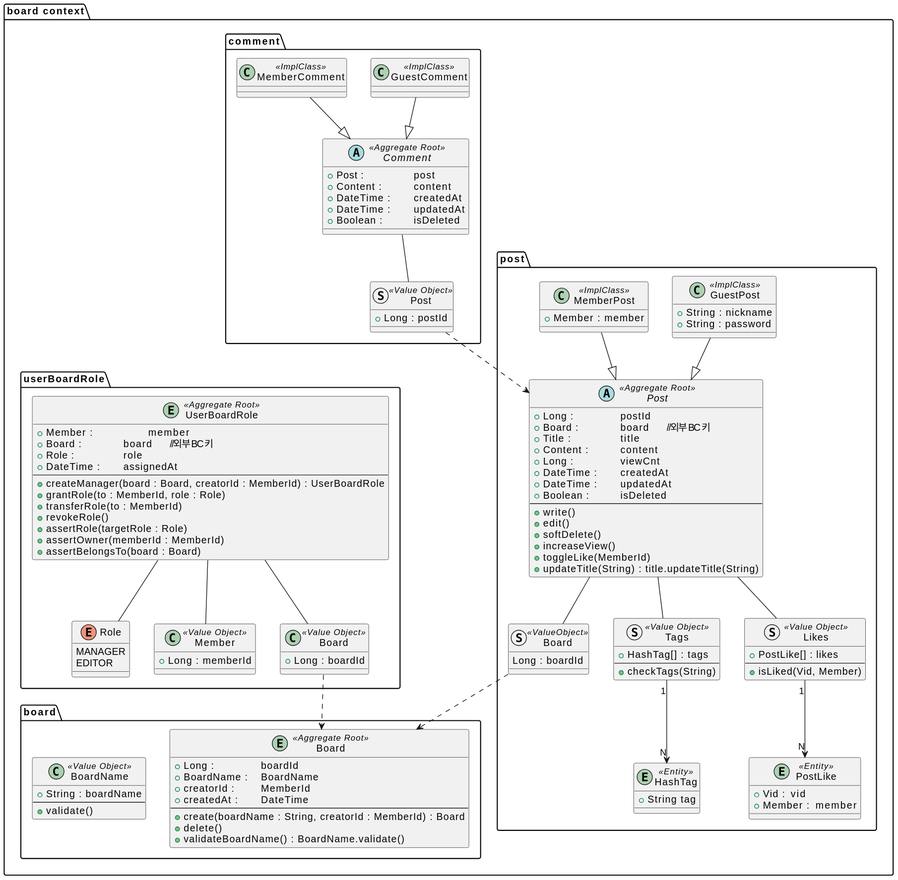
This is document/puml/domain/boardContext.svg from SimpleBoardTeam/simpleBoard-server, a PlantUML export, as it was before one commit.
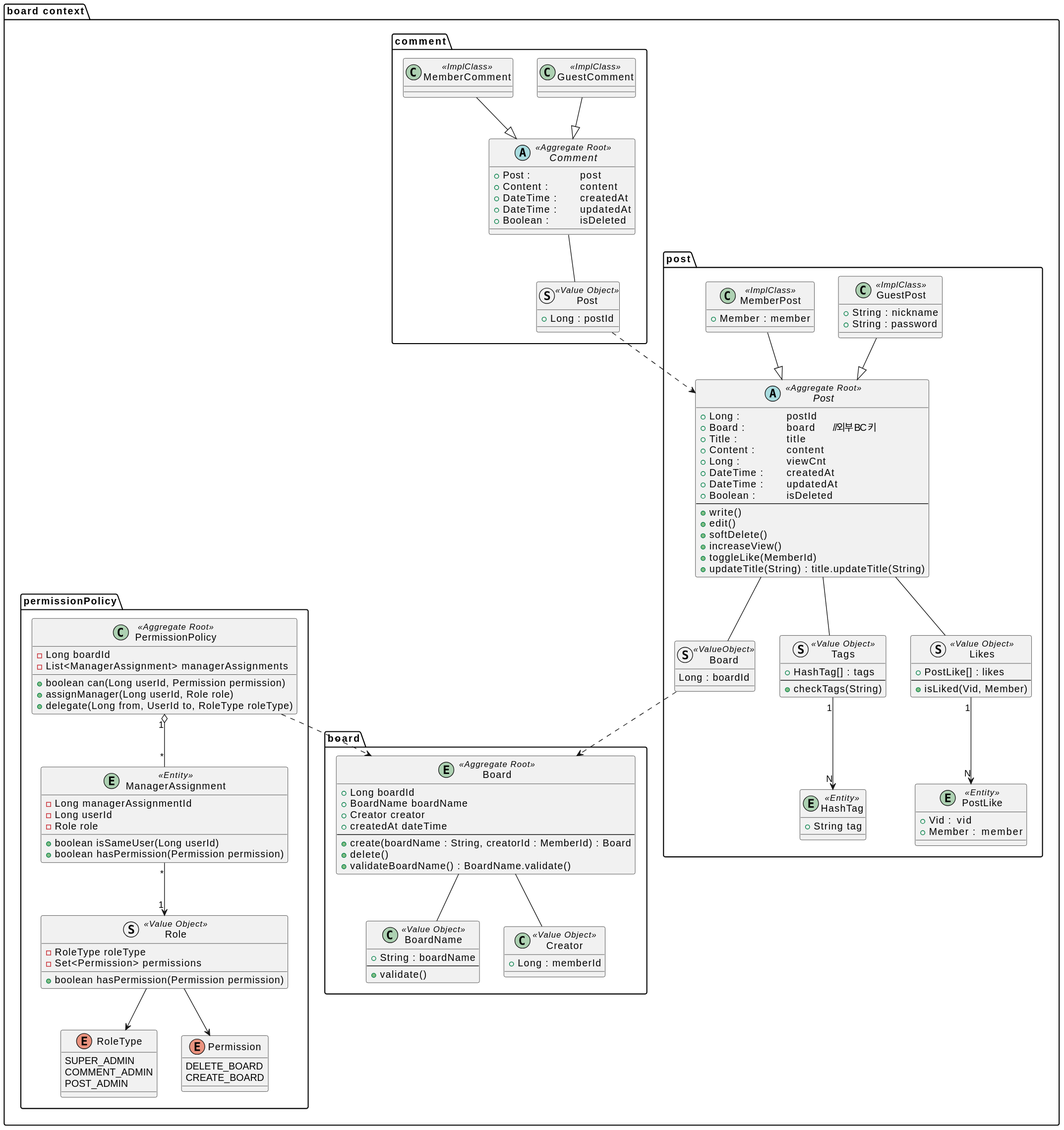
The same diagram one commit later.

The edit, as a diff of the source:
```diff
@@ -1,15 +1,13 @@
 @startuml
 package "board context"{
-
 
     !include boardcontext/boardAggregate.puml
     !include boardcontext/postAggregate.puml
     !include boardcontext/commentAggregate.puml
-    !include boardcontext/userBoardRoleAggregate.puml
+    !include boardcontext/permissionPolicyAggregate.puml
 
     post.Board ..> board.Board
     comment.Post ..> post.Post
-    userBoardRole.Board ..> board.Board
-
+    permissionPolicy.PermissionPolicy ..> board.Board
 }
 @enduml
```
